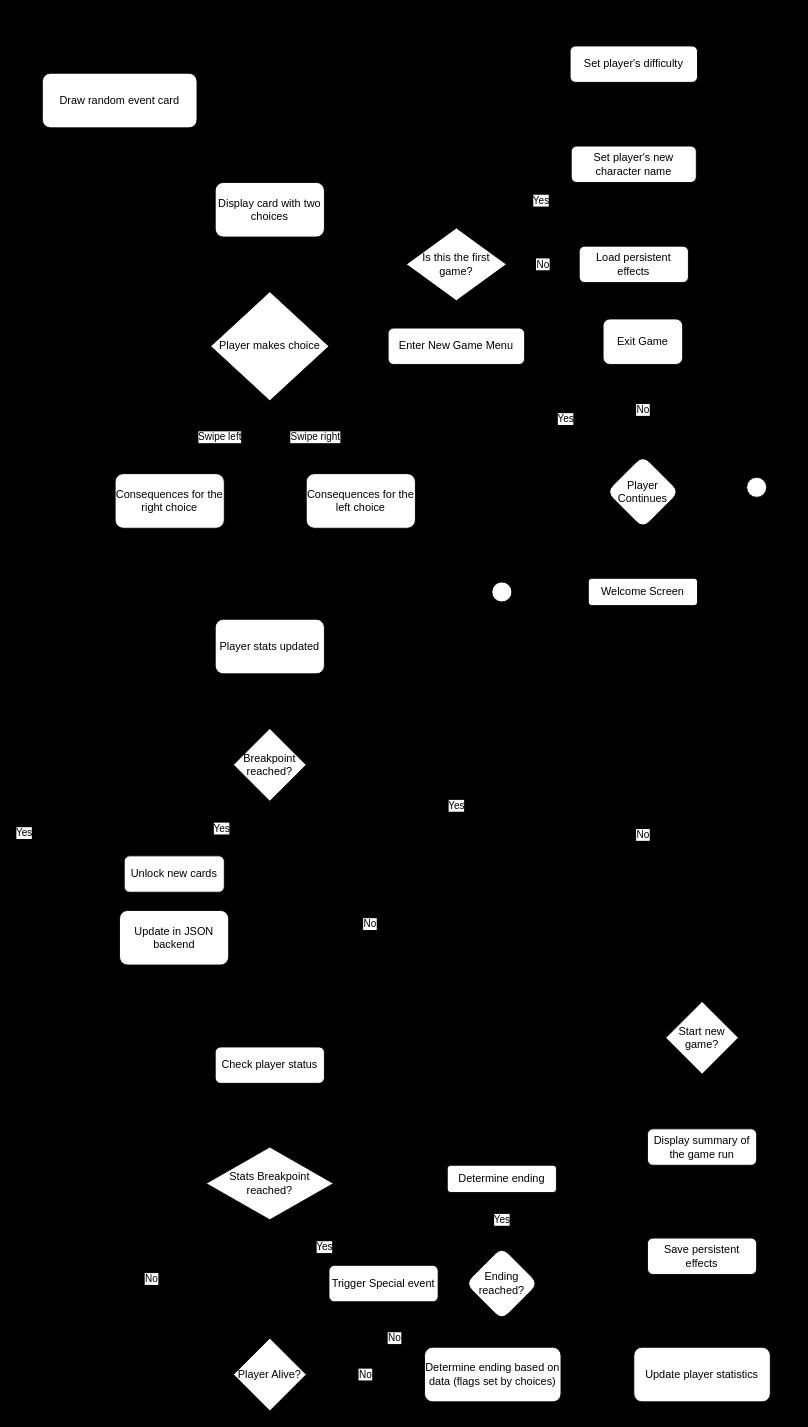
This is Untitled Diagram.drawio from marwandr/ActivityDiagramSoftwareDesign, a draw.io file, before an edit. Source tidied: cells renumbered, new cells numbered last; positions are measured from the earlier drawing's top-left corner, leaving out a move shared by most shapes. Both pictures are drawn from the tidied source at 91%, with x=0, y=0 at pixel (42, 46).
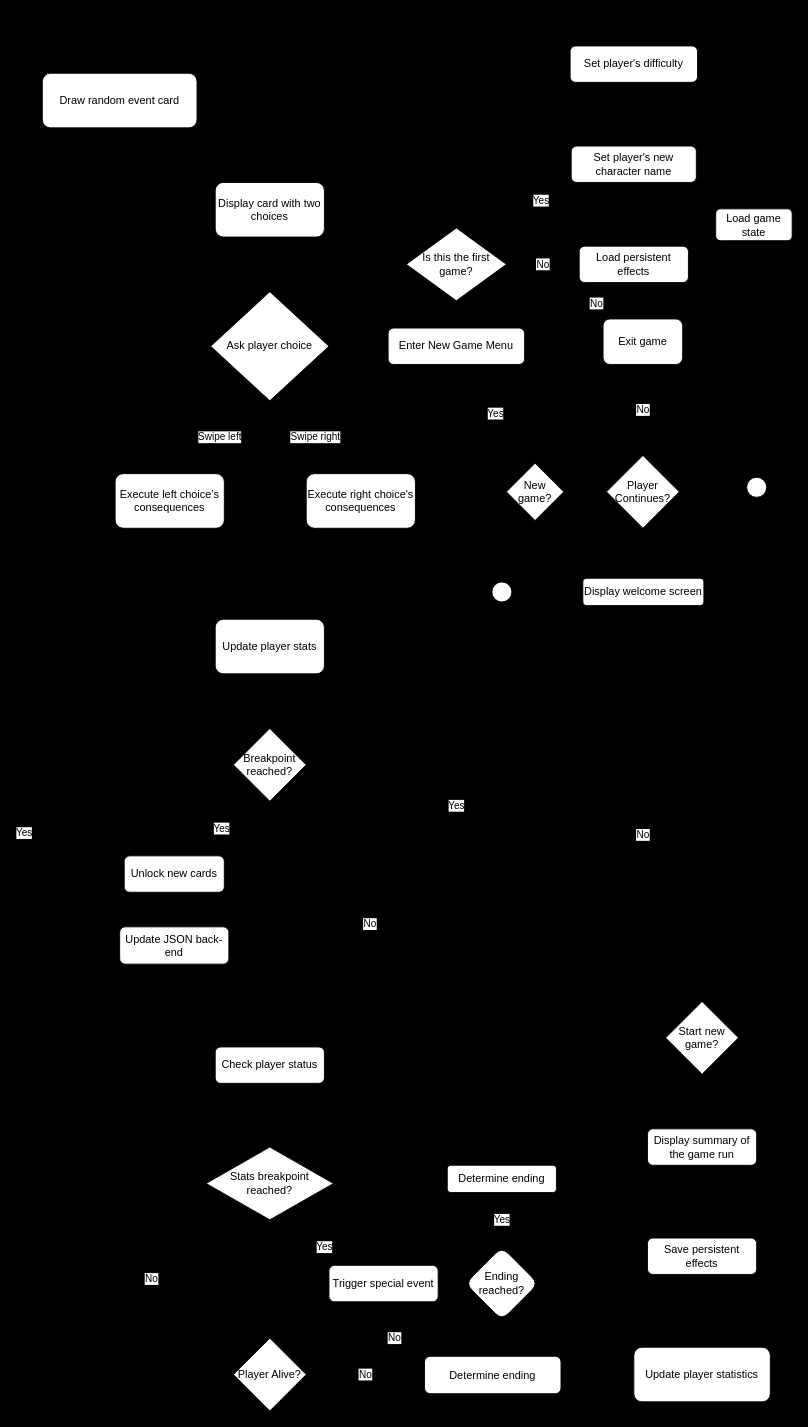
The same diagram, later.

The change refers to these unchanged cells:
```xml
<mxCell id="3" value="Draw random event card" style="rounded=1;whiteSpace=wrap;html=1;labelBackgroundColor=none;" parent="1" vertex="1">
  <mxGeometry y="30" width="170" height="60" as="geometry" />
</mxCell>
<mxCell id="43" value="Start new game?" style="rhombus;whiteSpace=wrap;html=1;rounded=0;labelBackgroundColor=none;" parent="1" vertex="1">
  <mxGeometry x="685" y="1050" width="80" height="80" as="geometry" />
</mxCell>
<mxCell id="46" value="Enter New Game Menu" style="rounded=1;whiteSpace=wrap;html=1;labelBackgroundColor=none;" parent="1" vertex="1">
  <mxGeometry x="380" y="310" width="150" height="40" as="geometry" />
</mxCell>
```

What changed in the source:
```diff
@@
-    <mxCell id="8" value="Player makes choice" style="rhombus;whiteSpace=wrap;html=1;labelBackgroundColor=none;" parent="1" vertex="1">
+    <mxCell id="8" value="Ask player choice" style="rhombus;whiteSpace=wrap;html=1;labelBackgroundColor=none;" parent="1" vertex="1">
       <mxGeometry x="185" y="270" width="130" height="120" as="geometry" />
     </mxCell>
@@
-    <mxCell id="10" value="Consequences for the right choice" style="whiteSpace=wrap;html=1;rounded=1;labelBackgroundColor=none;" parent="1" vertex="1">
+    <mxCell id="10" value="Execute left choice's consequences" style="whiteSpace=wrap;html=1;rounded=1;labelBackgroundColor=none;" parent="1" vertex="1">
       <mxGeometry x="80" y="470" width="120" height="60" as="geometry" />
     </mxCell>
@@
-    <mxCell id="12" value="Consequences for the left choice" style="whiteSpace=wrap;html=1;rounded=1;labelBackgroundColor=none;" parent="1" vertex="1">
+    <mxCell id="12" value="Execute right choice's consequences" style="whiteSpace=wrap;html=1;rounded=1;labelBackgroundColor=none;" parent="1" vertex="1">
       <mxGeometry x="290" y="470" width="120" height="60" as="geometry" />
     </mxCell>
@@
-    <mxCell id="14" value="Player stats updated" style="whiteSpace=wrap;html=1;rounded=1;labelBackgroundColor=none;" parent="1" vertex="1">
+    <mxCell id="14" value="Update player stats" style="whiteSpace=wrap;html=1;rounded=1;labelBackgroundColor=none;" parent="1" vertex="1">
       <mxGeometry x="190" y="630" width="120" height="60" as="geometry" />
     </mxCell>
@@
-    <mxCell id="21" value="Update in JSON backend" style="rounded=1;whiteSpace=wrap;html=1;labelBackgroundColor=none;" parent="1" vertex="1">
-      <mxGeometry x="84.8" y="950" width="120" height="60" as="geometry" />
+    <mxCell id="21" value="Update JSON back-end" style="rounded=1;whiteSpace=wrap;html=1;labelBackgroundColor=none;" parent="1" vertex="1">
+      <mxGeometry x="85" y="968" width="120" height="41" as="geometry" />
     </mxCell>
@@
-    <mxCell id="26" value="Stats Breakpoint reached?" style="rhombus;whiteSpace=wrap;html=1;labelBackgroundColor=none;" parent="1" vertex="1">
+    <mxCell id="26" value="Stats breakpoint reached?" style="rhombus;whiteSpace=wrap;html=1;labelBackgroundColor=none;" parent="1" vertex="1">
       <mxGeometry x="180" y="1210" width="140" height="80" as="geometry" />
     </mxCell>
@@
-    <mxCell id="29" value="Trigger Special event" style="rounded=1;whiteSpace=wrap;html=1;labelBackgroundColor=none;" parent="1" vertex="1">
+    <mxCell id="29" value="Trigger special event" style="rounded=1;whiteSpace=wrap;html=1;labelBackgroundColor=none;" parent="1" vertex="1">
       <mxGeometry x="315" y="1340" width="120" height="40" as="geometry" />
     </mxCell>
@@
-    <mxCell id="34" value="Determine ending based on data (flags set by choices)" style="rounded=1;whiteSpace=wrap;html=1;labelBackgroundColor=none;" parent="1" vertex="1">
-      <mxGeometry x="420" y="1430" width="150" height="60" as="geometry" />
+    <mxCell id="34" value="Determine ending" style="rounded=1;whiteSpace=wrap;html=1;labelBackgroundColor=none;" parent="1" vertex="1">
+      <mxGeometry x="420" y="1440" width="150" height="41" as="geometry" />
     </mxCell>
@@
     <mxCell id="42" value="Yes" style="edgeStyle=orthogonalEdgeStyle;rounded=0;jettySize=auto;html=1;exitX=0;exitY=0.5;exitDx=0;exitDy=0;entryX=0.5;entryY=1;entryDx=0;entryDy=0;labelBackgroundColor=default;fontColor=default;" parent="1" edge="1" source="43" target="46">
-      <mxGeometry relative="1" as="geometry" />
+      <mxGeometry relative="1" as="geometry">
+        <Array as="points">
+          <mxPoint x="455" y="1090" />
+        </Array>
+      </mxGeometry>
     </mxCell>
@@
-    <mxCell id="50" value="Welcome Screen" style="rounded=1;whiteSpace=wrap;html=1;labelBackgroundColor=none;" parent="1" vertex="1">
-      <mxGeometry x="600" y="585" width="120" height="30" as="geometry" />
+    <mxCell id="50" value="Display welcome screen" style="rounded=1;whiteSpace=wrap;html=1;labelBackgroundColor=none;" parent="1" vertex="1">
+      <mxGeometry x="594" y="585" width="133" height="30" as="geometry" />
     </mxCell>
@@
-    <mxCell id="52" value="Yes" style="edgeStyle=orthogonalEdgeStyle;rounded=0;jettySize=auto;html=1;entryX=1;entryY=0.5;entryDx=0;entryDy=0;labelBackgroundColor=default;fontColor=default;" parent="1" edge="1" source="53" target="46">
-      <mxGeometry relative="1" as="geometry" />
-    </mxCell>
+    <mxCell id="70" style="edgeStyle=orthogonalEdgeStyle;rounded=0;jettySize=auto;html=1;entryX=1;entryY=0.5;entryDx=0;entryDy=0;" parent="1" edge="1" source="53" target="72">
+      <mxGeometry relative="1" as="geometry" />
+    </mxCell>
-    <mxCell id="53" value="Player Continues" style="rhombus;whiteSpace=wrap;html=1;rounded=1;labelBackgroundColor=none;" parent="1" vertex="1">
+    <mxCell id="53" value="Player Continues?" style="rhombus;whiteSpace=wrap;html=1;rounded=0;labelBackgroundColor=none;" parent="1" vertex="1">
       <mxGeometry x="620" y="450" width="80" height="80" as="geometry" />
     </mxCell>
@@
-    <mxCell id="55" value="Exit Game" style="whiteSpace=wrap;html=1;rounded=1;labelBackgroundColor=none;" parent="1" vertex="1">
+    <mxCell id="55" value="Exit game" style="whiteSpace=wrap;html=1;rounded=1;labelBackgroundColor=none;" parent="1" vertex="1">
       <mxGeometry x="616.2" y="300" width="87.5" height="50" as="geometry" />
     </mxCell>
@@
+    <mxCell id="52" value="Yes" style="edgeStyle=orthogonalEdgeStyle;rounded=0;jettySize=auto;html=1;entryX=0.5;entryY=1;entryDx=0;entryDy=0;" parent="1" edge="1" source="72" target="46">
+      <mxGeometry relative="1" as="geometry" />
+    </mxCell>
+    <mxCell id="71" value="No" style="edgeStyle=orthogonalEdgeStyle;rounded=0;jettySize=auto;html=1;" parent="1" edge="1" source="72" target="74">
+      <mxGeometry relative="1" as="geometry">
+        <Array as="points">
+          <mxPoint x="542" y="283" />
+          <mxPoint x="782" y="283" />
+        </Array>
+      </mxGeometry>
+    </mxCell>
+    <mxCell id="72" value="New game?" style="rhombus;whiteSpace=wrap;html=1;" parent="1" vertex="1">
+      <mxGeometry x="510" y="458.5" width="63" height="63" as="geometry" />
+    </mxCell>
+    <mxCell id="73" style="edgeStyle=orthogonalEdgeStyle;rounded=0;jettySize=auto;html=1;entryX=0.5;entryY=0;entryDx=0;entryDy=0;" parent="1" edge="1" source="74" target="3">
+      <mxGeometry relative="1" as="geometry">
+        <Array as="points">
+          <mxPoint x="782" y="-26" />
+          <mxPoint x="85" y="-26" />
+        </Array>
+      </mxGeometry>
+    </mxCell>
+    <mxCell id="74" value="Load game state" style="rounded=1;whiteSpace=wrap;html=1;" parent="1" vertex="1">
+      <mxGeometry x="740" y="179" width="84" height="35" as="geometry" />
+    </mxCell>
```
